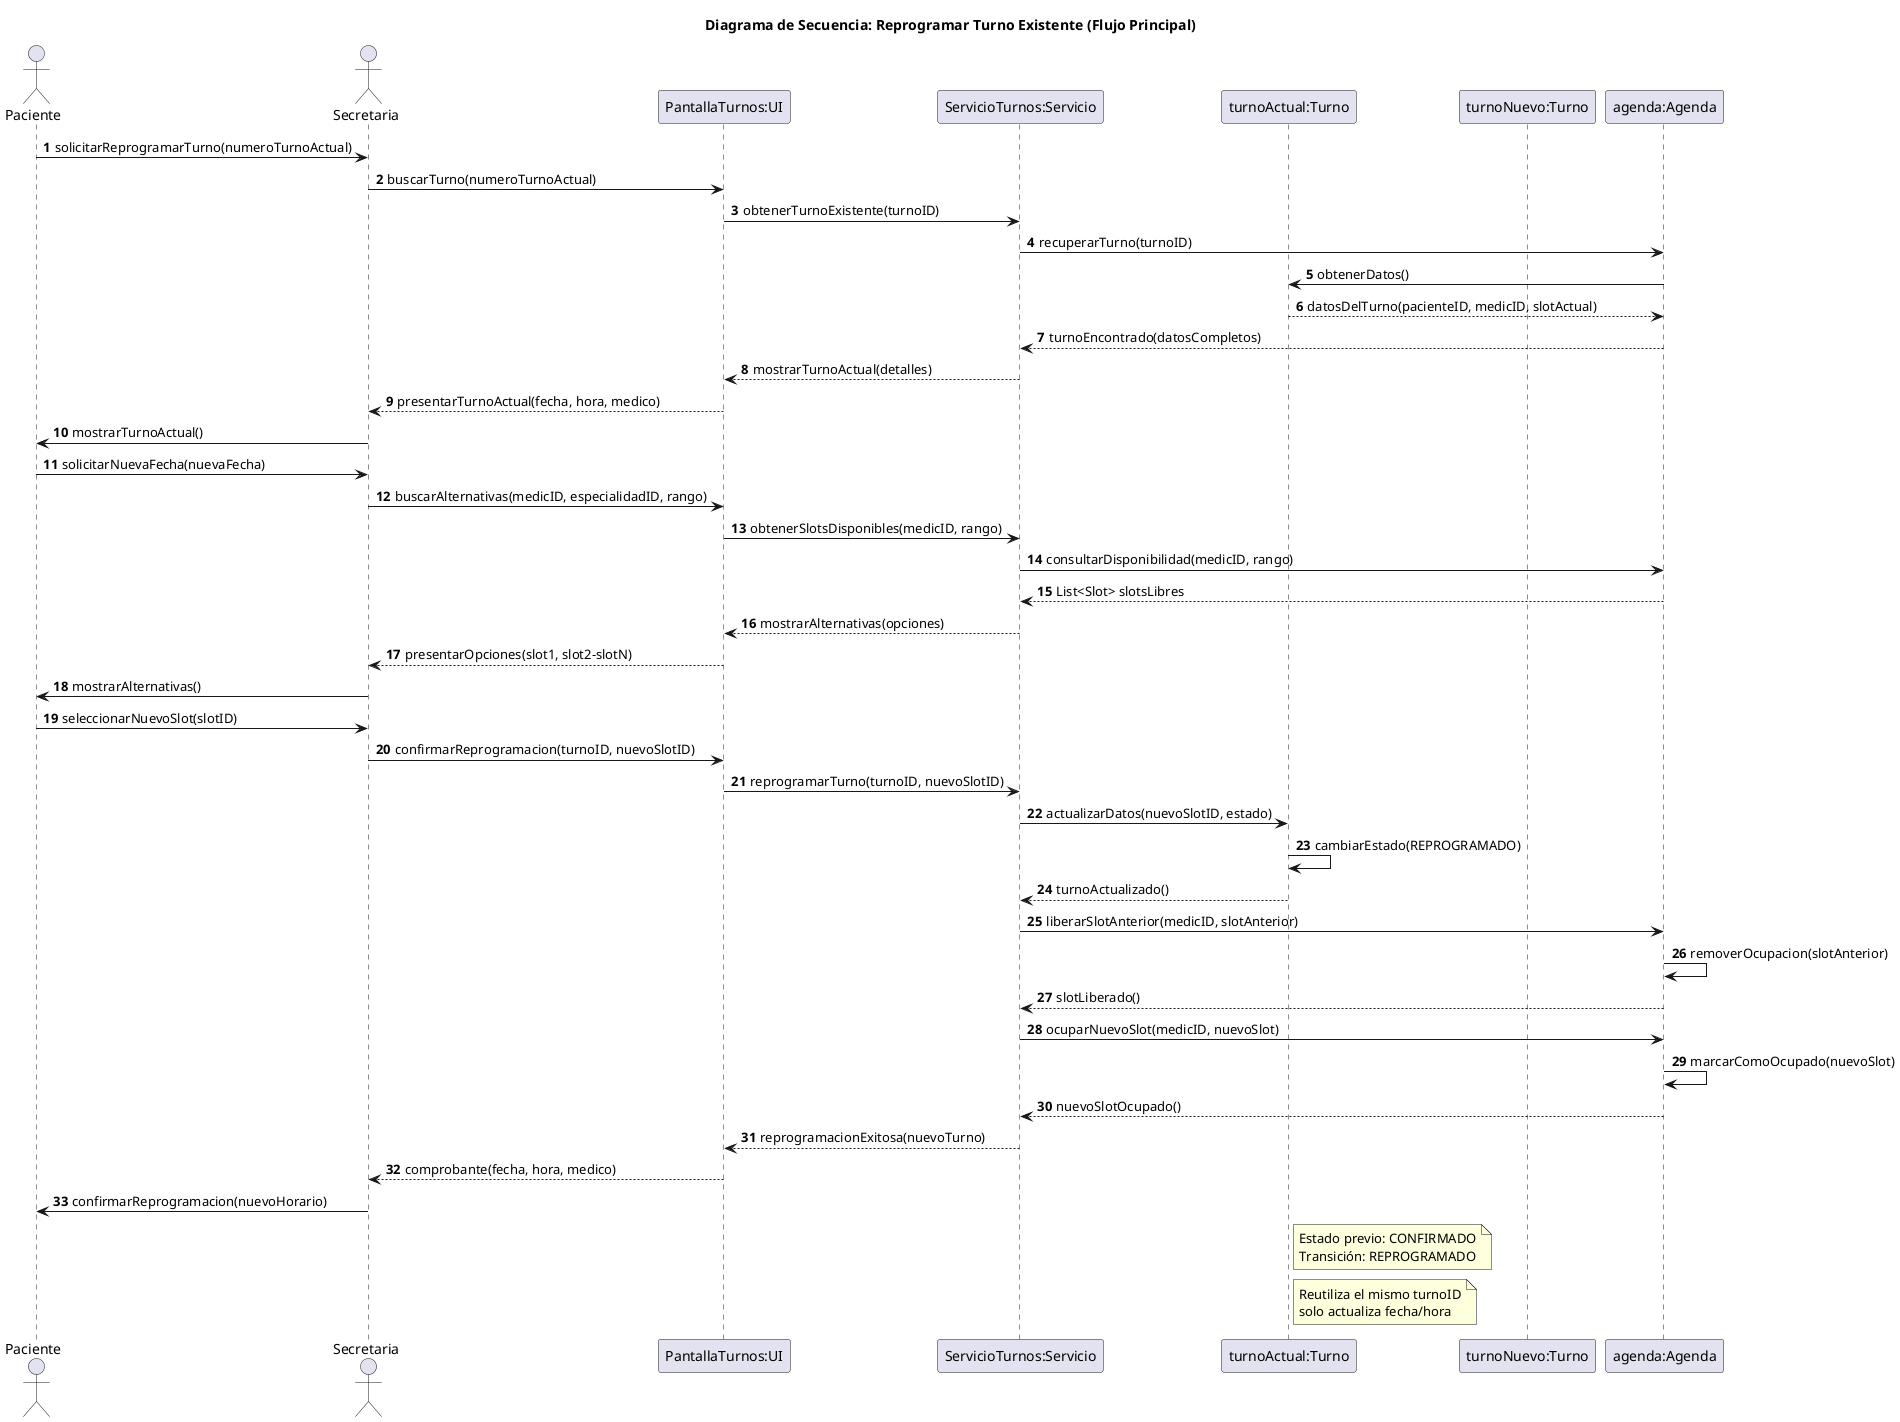
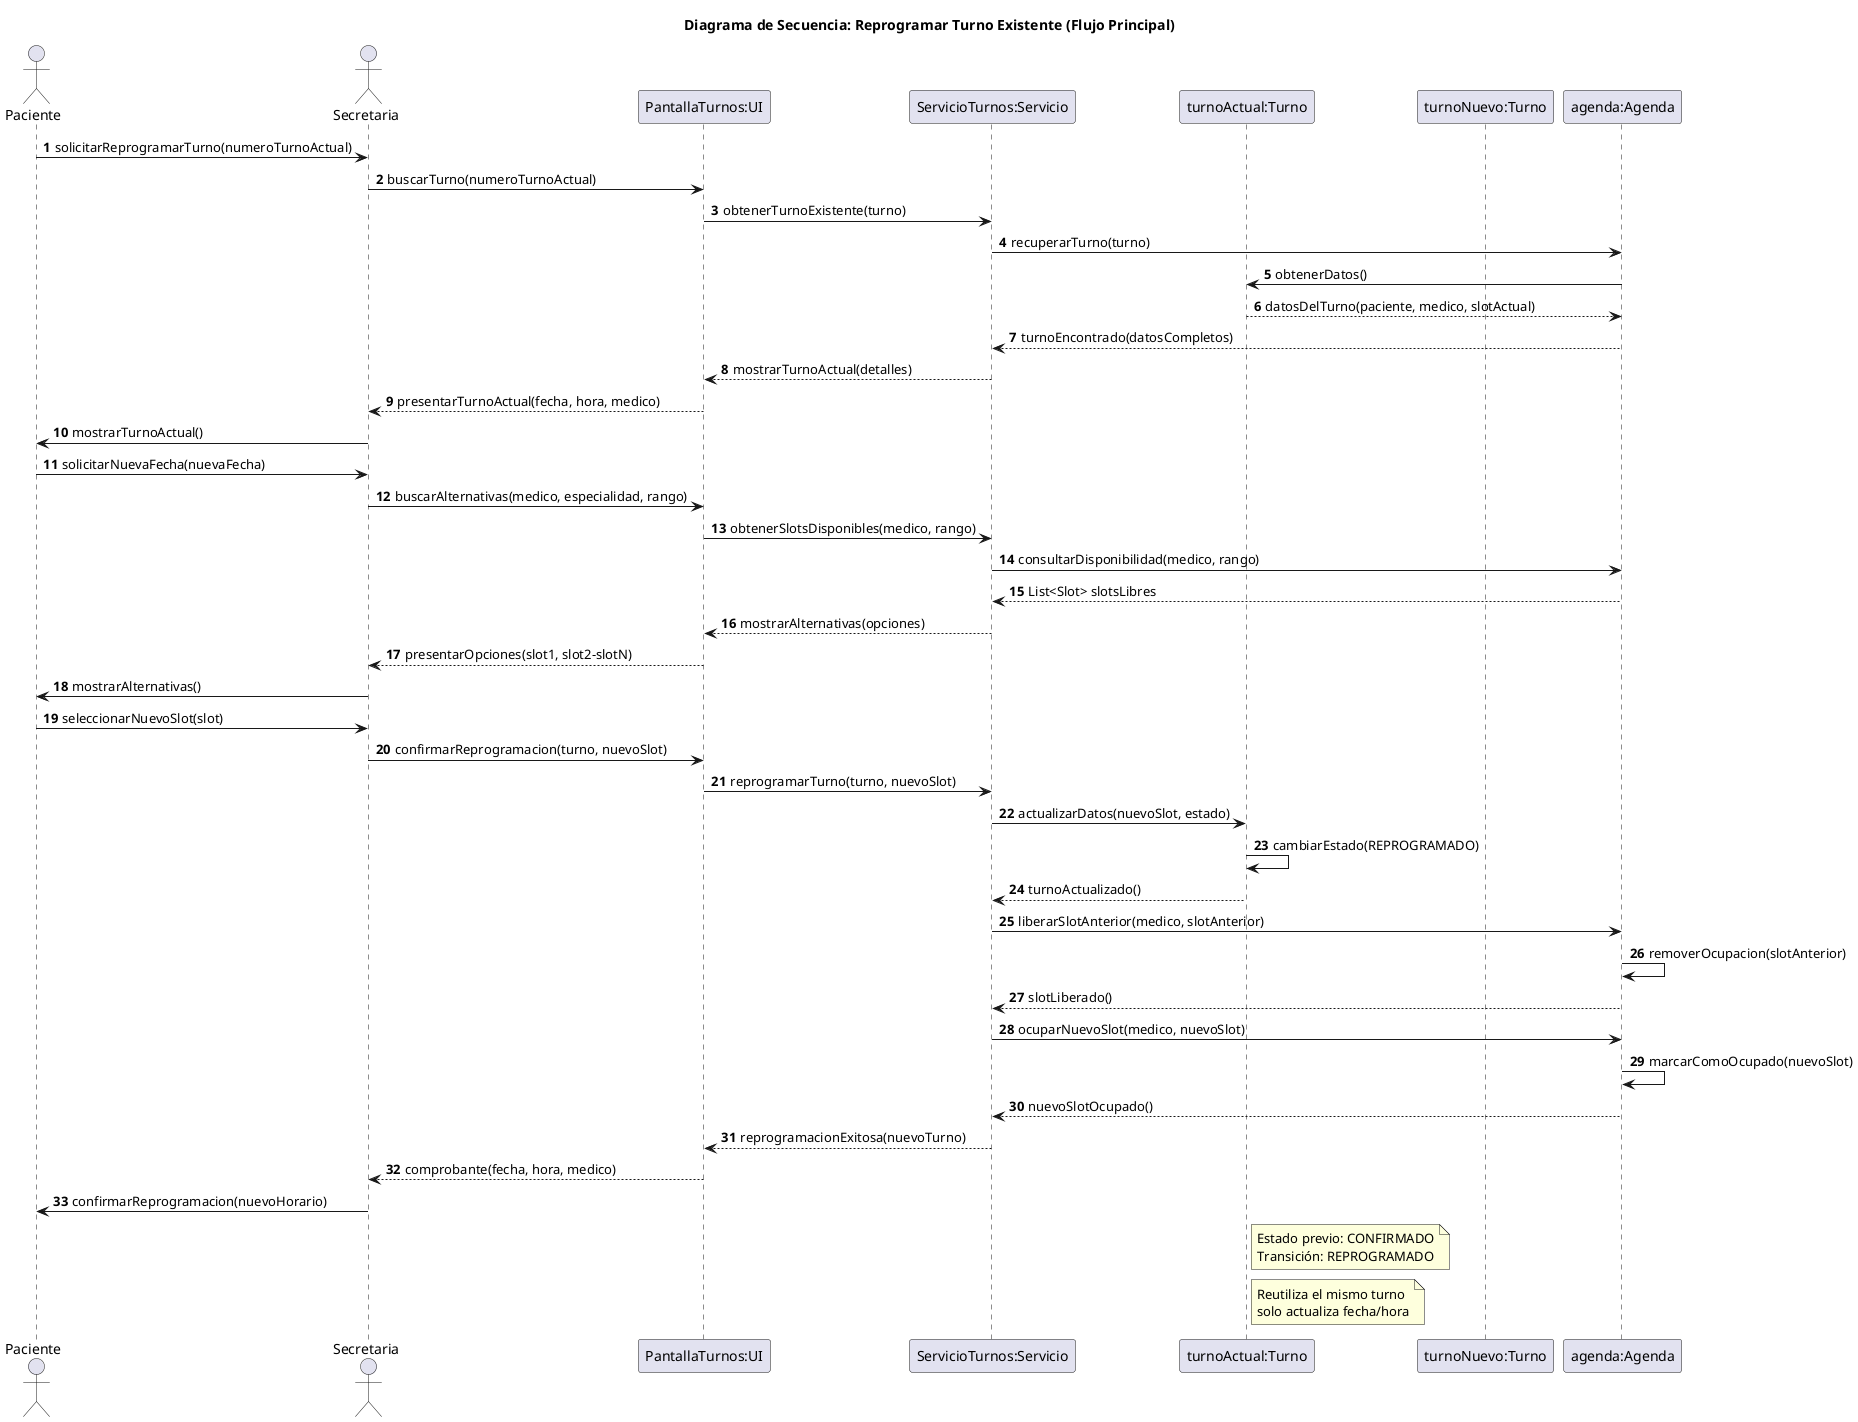
@startuml 05-secuencia-reprogramar-turno-flujo-principal-02
title Diagrama de Secuencia: Reprogramar Turno Existente (Flujo Principal)

actor Paciente
actor Secretaria
participant "PantallaTurnos:UI" as UI
participant "ServicioTurnos:Servicio" as Servicio
participant "turnoActual:Turno" as TurnoAct
participant "turnoNuevo:Turno" as TurnoNuev
participant "agenda:Agenda" as Agenda

autonumber

Paciente -> Secretaria: solicitarReprogramarTurno(numeroTurnoActual)
Secretaria -> UI: buscarTurno(numeroTurnoActual)
- UI -> Servicio: obtenerTurnoExistente(turnoID)
- Servicio -> Agenda: recuperarTurno(turnoID)
+ UI -> Servicio: obtenerTurnoExistente(turno)
+ Servicio -> Agenda: recuperarTurno(turno)
Agenda -> TurnoAct: obtenerDatos()
- TurnoAct --> Agenda: datosDelTurno(pacienteID, medicID, slotActual)
+ TurnoAct --> Agenda: datosDelTurno(paciente, medico, slotActual)
Agenda --> Servicio: turnoEncontrado(datosCompletos)
Servicio --> UI: mostrarTurnoActual(detalles)
UI --> Secretaria: presentarTurnoActual(fecha, hora, medico)
Secretaria -> Paciente: mostrarTurnoActual()
Paciente -> Secretaria: solicitarNuevaFecha(nuevaFecha)
- Secretaria -> UI: buscarAlternativas(medicID, especialidadID, rango)
- UI -> Servicio: obtenerSlotsDisponibles(medicID, rango)
- Servicio -> Agenda: consultarDisponibilidad(medicID, rango)
+ Secretaria -> UI: buscarAlternativas(medico, especialidad, rango)
+ UI -> Servicio: obtenerSlotsDisponibles(medico, rango)
+ Servicio -> Agenda: consultarDisponibilidad(medico, rango)
Agenda --> Servicio: List<Slot> slotsLibres
Servicio --> UI: mostrarAlternativas(opciones)
UI --> Secretaria: presentarOpciones(slot1, slot2-slotN)
Secretaria -> Paciente: mostrarAlternativas()
- Paciente -> Secretaria: seleccionarNuevoSlot(slotID)
- Secretaria -> UI: confirmarReprogramacion(turnoID, nuevoSlotID)
- UI -> Servicio: reprogramarTurno(turnoID, nuevoSlotID)
- Servicio -> TurnoAct: actualizarDatos(nuevoSlotID, estado)
+ Paciente -> Secretaria: seleccionarNuevoSlot(slot)
+ Secretaria -> UI: confirmarReprogramacion(turno, nuevoSlot)
+ UI -> Servicio: reprogramarTurno(turno, nuevoSlot)
+ Servicio -> TurnoAct: actualizarDatos(nuevoSlot, estado)
TurnoAct -> TurnoAct: cambiarEstado(REPROGRAMADO)
TurnoAct --> Servicio: turnoActualizado()
- Servicio -> Agenda: liberarSlotAnterior(medicID, slotAnterior)
+ Servicio -> Agenda: liberarSlotAnterior(medico, slotAnterior)
Agenda -> Agenda: removerOcupacion(slotAnterior)
Agenda --> Servicio: slotLiberado()
- Servicio -> Agenda: ocuparNuevoSlot(medicID, nuevoSlot)
+ Servicio -> Agenda: ocuparNuevoSlot(medico, nuevoSlot)
Agenda -> Agenda: marcarComoOcupado(nuevoSlot)
Agenda --> Servicio: nuevoSlotOcupado()
Servicio --> UI: reprogramacionExitosa(nuevoTurno)
UI --> Secretaria: comprobante(fecha, hora, medico)
Secretaria -> Paciente: confirmarReprogramacion(nuevoHorario)

note right of TurnoAct
  Estado previo: CONFIRMADO
  Transición: REPROGRAMADO
end note

note right of TurnoAct
-   Reutiliza el mismo turnoID
+   Reutiliza el mismo turno
  solo actualiza fecha/hora
end note

@enduml
